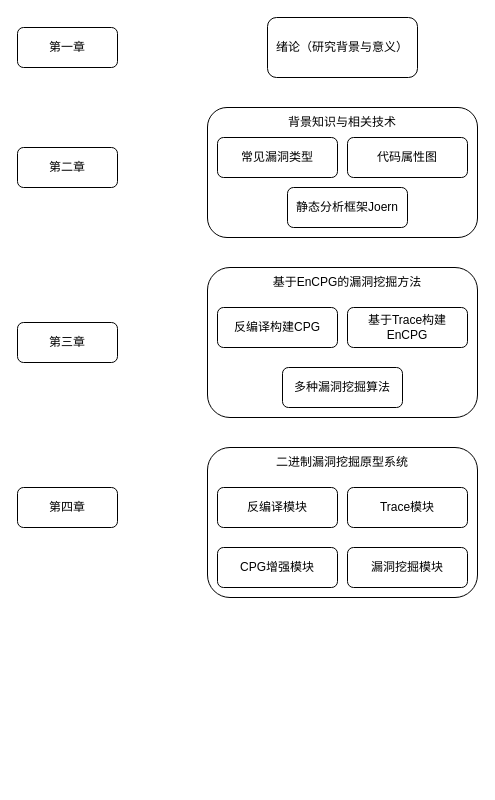
hourhl/Draw-io keeps this draw.io diagram as MindMap/chapter.drawio. Above is the earlier version. Source tidied: cells renumbered, new cells numbered last; positions are measured from the earlier drawing's top-left corner, leaving out a move shared by most shapes. Both pictures are drawn from the tidied source at 100%, with x=0, y=0 at pixel (17, 17).
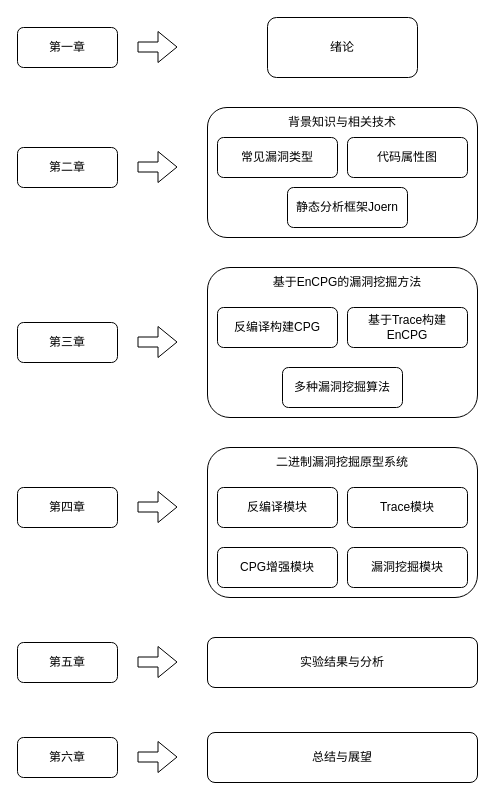
The same page after the edit.

The edit, as a diff of the source:
```diff
@@
-    <mxCell id="3" value="绪论（研究背景与意义）" style="rounded=1;whiteSpace=wrap;html=1;" parent="1" vertex="1">
+    <mxCell id="3" value="绪论" style="rounded=1;whiteSpace=wrap;html=1;" parent="1" vertex="1">
       <mxGeometry x="250" width="150" height="60" as="geometry" />
     </mxCell>
@@
+    <mxCell id="23" value="第五章" style="rounded=1;whiteSpace=wrap;html=1;" parent="1" vertex="1">
+      <mxGeometry y="625" width="100" height="40" as="geometry" />
+    </mxCell>
+    <mxCell id="24" value="实验结果与分析" style="rounded=1;whiteSpace=wrap;html=1;" parent="1" vertex="1">
+      <mxGeometry x="190" y="620" width="270" height="50" as="geometry" />
+    </mxCell>
+    <mxCell id="25" value="第六章" style="rounded=1;whiteSpace=wrap;html=1;" parent="1" vertex="1">
+      <mxGeometry y="720" width="100" height="40" as="geometry" />
+    </mxCell>
+    <mxCell id="26" value="总结与展望" style="rounded=1;whiteSpace=wrap;html=1;" parent="1" vertex="1">
+      <mxGeometry x="190" y="715" width="270" height="50" as="geometry" />
+    </mxCell>
+    <mxCell id="27" style="shape=flexArrow;endArrow=classic;html=1;rounded=0;" parent="1" edge="1">
+      <mxGeometry relative="1" as="geometry">
+        <mxPoint x="120" y="324.5" as="sourcePoint" />
+        <mxPoint x="160" y="324.5" as="targetPoint" />
+      </mxGeometry>
+    </mxCell>
+    <mxCell id="28" style="shape=flexArrow;endArrow=classic;html=1;rounded=0;" parent="1" edge="1">
+      <mxGeometry relative="1" as="geometry">
+        <mxPoint x="120" y="489.5" as="sourcePoint" />
+        <mxPoint x="160" y="489.5" as="targetPoint" />
+      </mxGeometry>
+    </mxCell>
+    <mxCell id="29" style="shape=flexArrow;endArrow=classic;html=1;rounded=0;" parent="1" edge="1">
+      <mxGeometry relative="1" as="geometry">
+        <mxPoint x="120" y="644.5" as="sourcePoint" />
+        <mxPoint x="160" y="644.5" as="targetPoint" />
+      </mxGeometry>
+    </mxCell>
+    <mxCell id="30" style="shape=flexArrow;endArrow=classic;html=1;rounded=0;" parent="1" edge="1">
+      <mxGeometry relative="1" as="geometry">
+        <mxPoint x="120" y="29.5" as="sourcePoint" />
+        <mxPoint x="160" y="29.5" as="targetPoint" />
+      </mxGeometry>
+    </mxCell>
+    <mxCell id="31" style="shape=flexArrow;endArrow=classic;html=1;rounded=0;" parent="1" edge="1">
+      <mxGeometry relative="1" as="geometry">
+        <mxPoint x="120" y="149.5" as="sourcePoint" />
+        <mxPoint x="160" y="149.5" as="targetPoint" />
+      </mxGeometry>
+    </mxCell>
+    <mxCell id="32" style="shape=flexArrow;endArrow=classic;html=1;rounded=0;" parent="1" edge="1">
+      <mxGeometry relative="1" as="geometry">
+        <mxPoint x="120" y="739.5" as="sourcePoint" />
+        <mxPoint x="160" y="739.5" as="targetPoint" />
+      </mxGeometry>
+    </mxCell>
```
